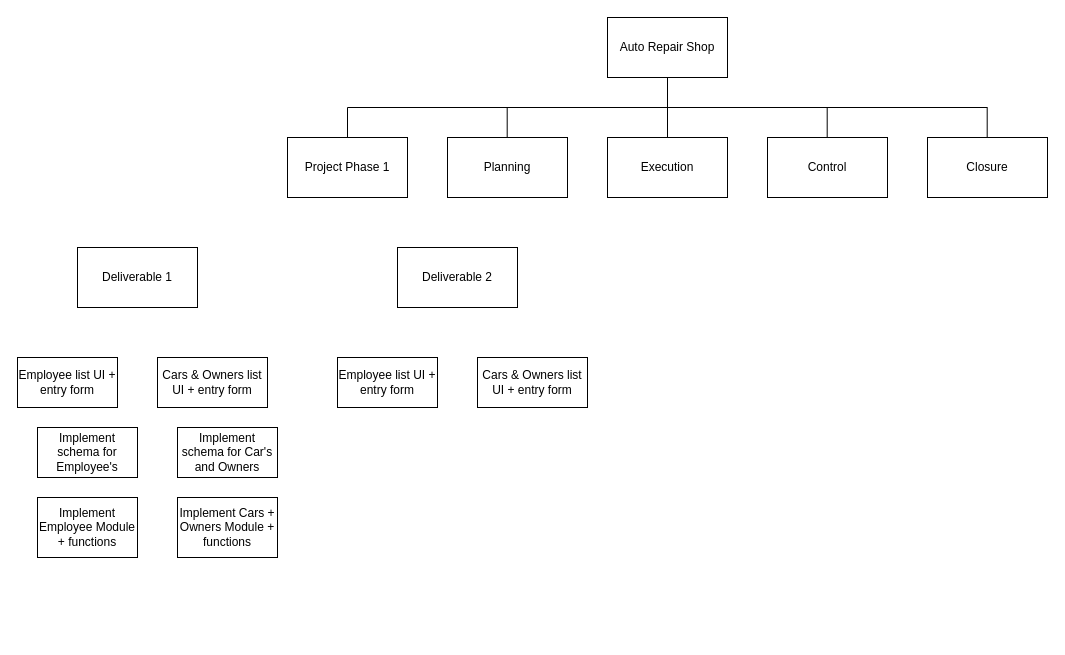
Above: AutoRepairHybrid.drawio in DylanBriSmith/4313Drawings (draw.io), before the change. Source tidied: cells renumbered, new cells numbered last; positions are measured from the earlier drawing's top-left corner, leaving out a move shared by most shapes. Both pictures are drawn from the tidied source at 100%, with x=0, y=0 at pixel (17, 17).
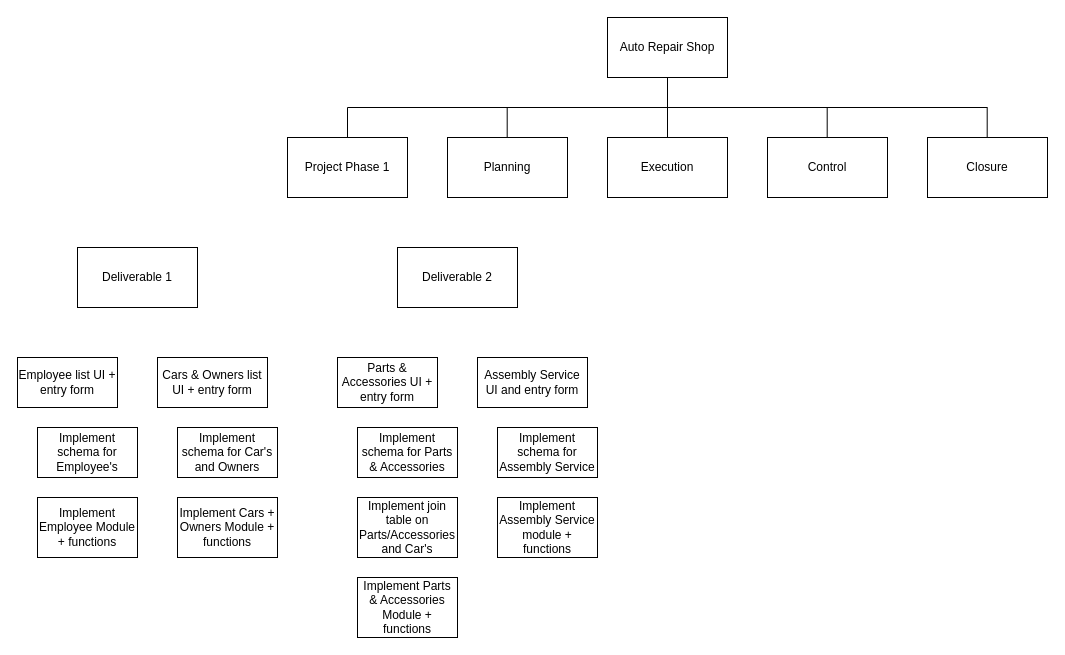
After the change.

Change to the diagram source:
```diff
@@
-    <mxCell id="23" value="Employee list UI + entry form" style="rounded=0;whiteSpace=wrap;html=1;" parent="1" vertex="1">
+    <mxCell id="23" value="Parts &amp;amp; Accessories UI + entry form" style="rounded=0;whiteSpace=wrap;html=1;" parent="1" vertex="1">
       <mxGeometry x="320" y="340" width="100" height="50" as="geometry" />
     </mxCell>
-    <mxCell id="24" value="Cars &amp;amp; Owners list UI + entry form" style="rounded=0;whiteSpace=wrap;html=1;" parent="1" vertex="1">
+    <mxCell id="24" value="Assembly Service UI and entry form" style="rounded=0;whiteSpace=wrap;html=1;" parent="1" vertex="1">
       <mxGeometry x="460" y="340" width="110" height="50" as="geometry" />
     </mxCell>
+    <mxCell id="25" value="Implement schema for Parts &amp;amp; Accessories" style="rounded=0;whiteSpace=wrap;html=1;" parent="1" vertex="1">
+      <mxGeometry x="340" y="410" width="100" height="50" as="geometry" />
+    </mxCell>
+    <mxCell id="26" value="Implement join table on Parts/Accessories and Car's" style="rounded=0;whiteSpace=wrap;html=1;" parent="1" vertex="1">
+      <mxGeometry x="340" y="480" width="100" height="60" as="geometry" />
+    </mxCell>
+    <mxCell id="27" value="Implement Parts &amp;amp; Accessories Module + functions" style="rounded=0;whiteSpace=wrap;html=1;" parent="1" vertex="1">
+      <mxGeometry x="340" y="560" width="100" height="60" as="geometry" />
+    </mxCell>
+    <mxCell id="28" value="Implement schema for Assembly Service" style="rounded=0;whiteSpace=wrap;html=1;" parent="1" vertex="1">
+      <mxGeometry x="480" y="410" width="100" height="50" as="geometry" />
+    </mxCell>
+    <mxCell id="29" value="Implement Assembly Service module + functions" style="rounded=0;whiteSpace=wrap;html=1;" parent="1" vertex="1">
+      <mxGeometry x="480" y="480" width="100" height="60" as="geometry" />
+    </mxCell>
```
